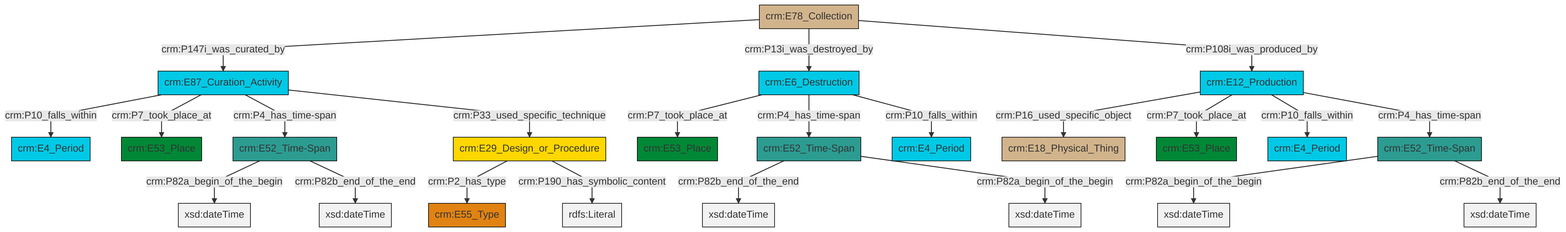
The Mermaid diagram et/archivalCSV/ttl/mmd/png/archival_existence.png in swiss-art-research-net/docs.swissartresearch, before a commit. Its source is kept beside it as et/archivalCSV/ttl/mmd/archival_existence.ttl.mmd.
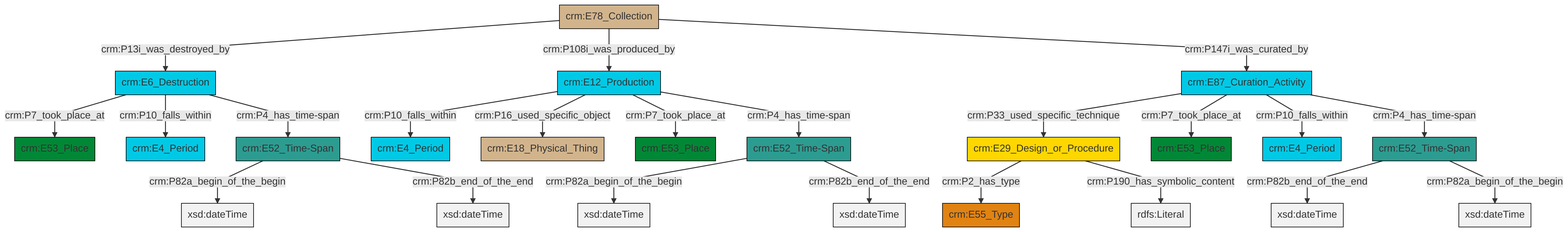
The same diagram one commit later.

What changed in the source:
```diff
@@ -13,25 +13,25 @@
 classDef PC_Classes fill:#4ce600, stroke:#000000;
 classDef Multi fill:#cccccc,stroke:#000000;
 
-0["crm:E87_Curation_Activity"]:::Temporal_Entity -->|crm:P10_falls_within| 1["crm:E4_Period"]:::Temporal_Entity
-2["crm:E52_Time-Span"]:::Time-Span -->|crm:P82a_begin_of_the_begin| 3[xsd:dateTime]:::Literal
-4["crm:E12_Production"]:::Temporal_Entity -->|crm:P16_used_specific_object| 5["crm:E18_Physical_Thing"]:::Physical_Thing
-8["crm:E6_Destruction"]:::Temporal_Entity -->|crm:P7_took_place_at| 9["crm:E53_Place"]:::Place
-10["crm:E52_Time-Span"]:::Time-Span -->|crm:P82b_end_of_the_end| 11[xsd:dateTime]:::Literal
-0["crm:E87_Curation_Activity"]:::Temporal_Entity -->|crm:P7_took_place_at| 16["crm:E53_Place"]:::Place
-0["crm:E87_Curation_Activity"]:::Temporal_Entity -->|crm:P4_has_time-span| 6["crm:E52_Time-Span"]:::Time-Span
-4["crm:E12_Production"]:::Temporal_Entity -->|crm:P7_took_place_at| 14["crm:E53_Place"]:::Place
-22["crm:E78_Collection"]:::Physical_Thing -->|crm:P147i_was_curated_by| 0["crm:E87_Curation_Activity"]:::Temporal_Entity
-22["crm:E78_Collection"]:::Physical_Thing -->|crm:P13i_was_destroyed_by| 8["crm:E6_Destruction"]:::Temporal_Entity
-6["crm:E52_Time-Span"]:::Time-Span -->|crm:P82a_begin_of_the_begin| 28[xsd:dateTime]:::Literal
-2["crm:E52_Time-Span"]:::Time-Span -->|crm:P82b_end_of_the_end| 30[xsd:dateTime]:::Literal
-22["crm:E78_Collection"]:::Physical_Thing -->|crm:P108i_was_produced_by| 4["crm:E12_Production"]:::Temporal_Entity
-25["crm:E29_Design_or_Procedure"]:::Conceptual_Object -->|crm:P2_has_type| 19["crm:E55_Type"]:::Type
-4["crm:E12_Production"]:::Temporal_Entity -->|crm:P10_falls_within| 32["crm:E4_Period"]:::Temporal_Entity
-8["crm:E6_Destruction"]:::Temporal_Entity -->|crm:P4_has_time-span| 10["crm:E52_Time-Span"]:::Time-Span
-4["crm:E12_Production"]:::Temporal_Entity -->|crm:P4_has_time-span| 2["crm:E52_Time-Span"]:::Time-Span
-6["crm:E52_Time-Span"]:::Time-Span -->|crm:P82b_end_of_the_end| 35[xsd:dateTime]:::Literal
-0["crm:E87_Curation_Activity"]:::Temporal_Entity -->|crm:P33_used_specific_technique| 25["crm:E29_Design_or_Procedure"]:::Conceptual_Object
-8["crm:E6_Destruction"]:::Temporal_Entity -->|crm:P10_falls_within| 33["crm:E4_Period"]:::Temporal_Entity
-10["crm:E52_Time-Span"]:::Time-Span -->|crm:P82a_begin_of_the_begin| 37[xsd:dateTime]:::Literal
-25["crm:E29_Design_or_Procedure"]:::Conceptual_Object -->|crm:P190_has_symbolic_content| 38[rdfs:Literal]:::Literal
+0["crm:E12_Production"]:::Temporal_Entity -->|crm:P10_falls_within| 6["crm:E4_Period"]:::Temporal_Entity
+9["crm:E52_Time-Span"]:::Time-Span -->|crm:P82a_begin_of_the_begin| 10[xsd:dateTime]:::Literal
+11["crm:E29_Design_or_Procedure"]:::Conceptual_Object -->|crm:P2_has_type| 4["crm:E55_Type"]:::Type
+14["crm:E6_Destruction"]:::Temporal_Entity -->|crm:P7_took_place_at| 7["crm:E53_Place"]:::Place
+19["crm:E78_Collection"]:::Physical_Thing -->|crm:P13i_was_destroyed_by| 14["crm:E6_Destruction"]:::Temporal_Entity
+20["crm:E52_Time-Span"]:::Time-Span -->|crm:P82a_begin_of_the_begin| 21[xsd:dateTime]:::Literal
+12["crm:E87_Curation_Activity"]:::Temporal_Entity -->|crm:P33_used_specific_technique| 11["crm:E29_Design_or_Procedure"]:::Conceptual_Object
+14["crm:E6_Destruction"]:::Temporal_Entity -->|crm:P10_falls_within| 16["crm:E4_Period"]:::Temporal_Entity
+12["crm:E87_Curation_Activity"]:::Temporal_Entity -->|crm:P7_took_place_at| 27["crm:E53_Place"]:::Place
+0["crm:E12_Production"]:::Temporal_Entity -->|crm:P16_used_specific_object| 22["crm:E18_Physical_Thing"]:::Physical_Thing
+0["crm:E12_Production"]:::Temporal_Entity -->|crm:P7_took_place_at| 24["crm:E53_Place"]:::Place
+14["crm:E6_Destruction"]:::Temporal_Entity -->|crm:P4_has_time-span| 20["crm:E52_Time-Span"]:::Time-Span
+0["crm:E12_Production"]:::Temporal_Entity -->|crm:P4_has_time-span| 9["crm:E52_Time-Span"]:::Time-Span
+20["crm:E52_Time-Span"]:::Time-Span -->|crm:P82b_end_of_the_end| 30[xsd:dateTime]:::Literal
+12["crm:E87_Curation_Activity"]:::Temporal_Entity -->|crm:P10_falls_within| 2["crm:E4_Period"]:::Temporal_Entity
+33["crm:E52_Time-Span"]:::Time-Span -->|crm:P82b_end_of_the_end| 34[xsd:dateTime]:::Literal
+12["crm:E87_Curation_Activity"]:::Temporal_Entity -->|crm:P4_has_time-span| 33["crm:E52_Time-Span"]:::Time-Span
+19["crm:E78_Collection"]:::Physical_Thing -->|crm:P108i_was_produced_by| 0["crm:E12_Production"]:::Temporal_Entity
+33["crm:E52_Time-Span"]:::Time-Span -->|crm:P82a_begin_of_the_begin| 35[xsd:dateTime]:::Literal
+9["crm:E52_Time-Span"]:::Time-Span -->|crm:P82b_end_of_the_end| 36[xsd:dateTime]:::Literal
+19["crm:E78_Collection"]:::Physical_Thing -->|crm:P147i_was_curated_by| 12["crm:E87_Curation_Activity"]:::Temporal_Entity
+11["crm:E29_Design_or_Procedure"]:::Conceptual_Object -->|crm:P190_has_symbolic_content| 37[rdfs:Literal]:::Literal
```
